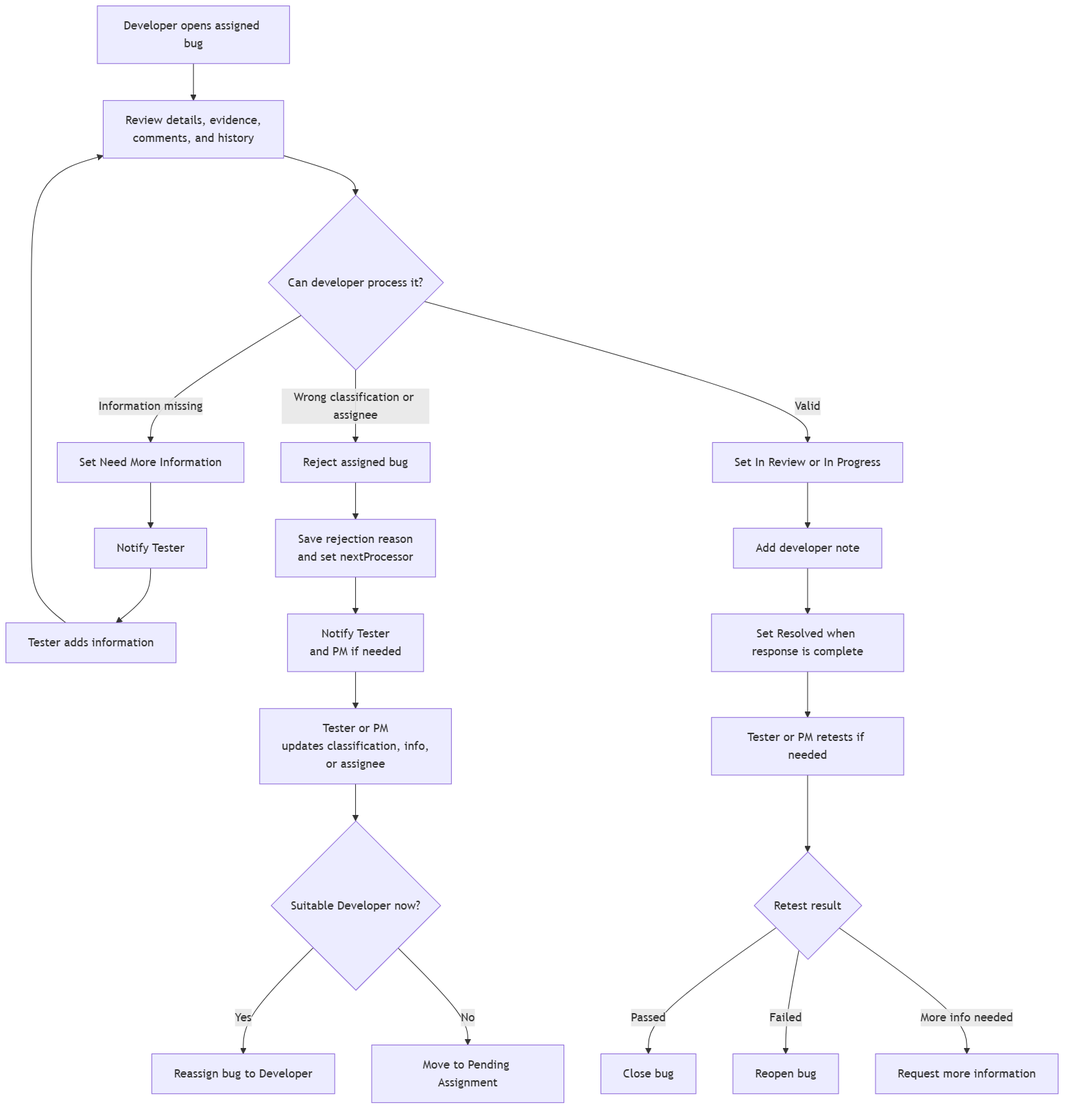
Before: docs/diagrams/rendered/png/07-developer-review.png, a diagram exported from Mermaid (DarwinDO/IDTS-SAP01). Its source is kept beside it as docs/diagrams/rendered/source/07-developer-review.mmd. The source it was exported from:
```mermaid
flowchart TD
    A["Developer opens assigned bug"] --> B["Review details, evidence,\ncomments, and history"]
    B --> C{"Can developer process it?"}
    C -->|"Information missing"| D["Set Need More Information"]
    D --> E["Notify Tester"]
    E --> F["Tester adds information"]
    F --> B

    C -->|"Wrong classification or assignee"| G["Reject assigned bug"]
    G --> H["Save rejection reason\nand set nextProcessor"]
    H --> I["Notify Tester\nand PM if needed"]
    I --> J["Tester or PM\nupdates classification, info,\nor assignee"]
    J --> K2{"Suitable Developer now?"}
    K2 -->|"Yes"| L2["Reassign bug to Developer"]
    K2 -->|"No"| M2["Move to Pending Assignment"]

    C -->|"Valid"| K["Set In Review or In Progress"]
    K --> L["Add developer note"]
    L --> M["Set Resolved when response is complete"]
    M --> N["Tester or PM retests if needed"]
    N --> O{"Retest result"}
    O -->|"Passed"| P["Close bug"]
    O -->|"Failed"| Q["Reopen bug"]
    O -->|"More info needed"| R["Request more information"]
```
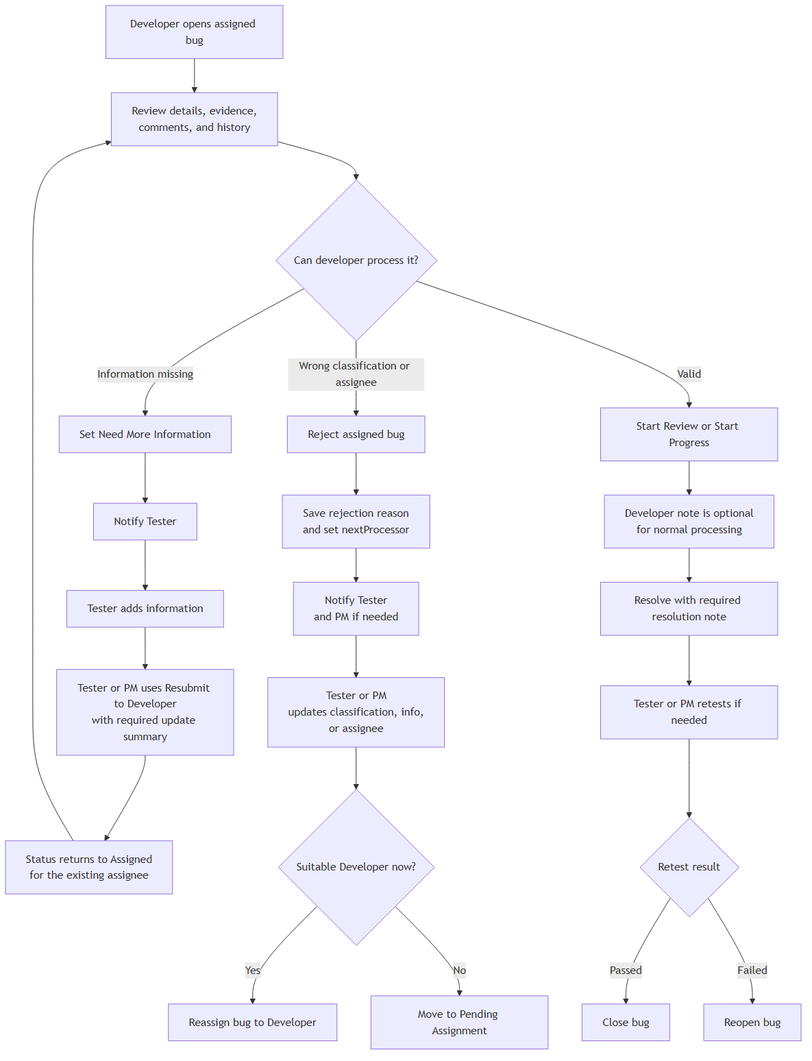
Later version of the same file.

What changed in the source:
```diff
@@ -4,7 +4,9 @@
     C -->|"Information missing"| D["Set Need More Information"]
     D --> E["Notify Tester"]
     E --> F["Tester adds information"]
-    F --> B
+    F --> F2["Tester or PM uses Resubmit to Developer\nwith required update summary"]
+    F2 --> F3["Status returns to Assigned\nfor the existing assignee"]
+    F3 --> B
 
     C -->|"Wrong classification or assignee"| G["Reject assigned bug"]
     G --> H["Save rejection reason\nand set nextProcessor"]
@@ -14,11 +16,10 @@
     K2 -->|"Yes"| L2["Reassign bug to Developer"]
     K2 -->|"No"| M2["Move to Pending Assignment"]
 
-    C -->|"Valid"| K["Set In Review or In Progress"]
-    K --> L["Add developer note"]
-    L --> M["Set Resolved when response is complete"]
+    C -->|"Valid"| K["Start Review or Start Progress"]
+    K --> L["Developer note is optional\nfor normal processing"]
+    L --> M["Resolve with required resolution note"]
     M --> N["Tester or PM retests if needed"]
     N --> O{"Retest result"}
     O -->|"Passed"| P["Close bug"]
     O -->|"Failed"| Q["Reopen bug"]
-    O -->|"More info needed"| R["Request more information"]
```
